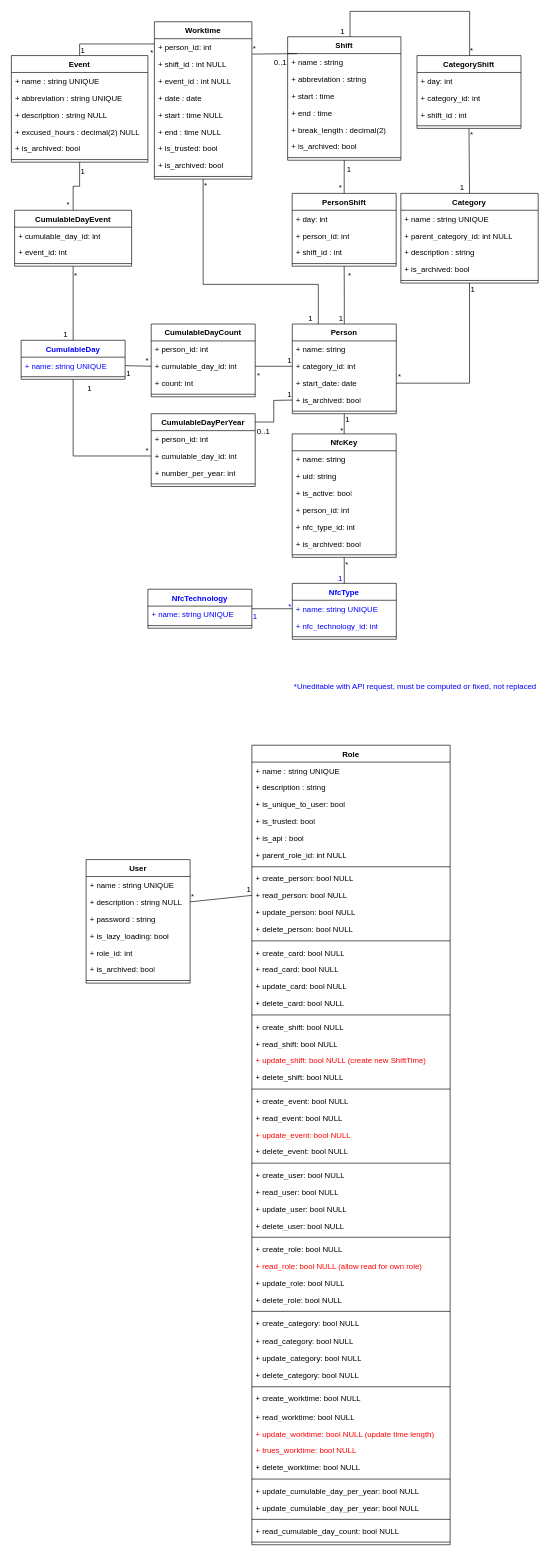
This is TimeManagerMLD.drawio from FrShao/TimeManager, a draw.io file, before an edit. Source tidied: cells renumbered, new cells numbered last; positions are measured from the earlier drawing's top-left corner, leaving out a move shared by most shapes. Both pictures are drawn from the tidied source at 65%, with x=0, y=0 at pixel (11, 11).
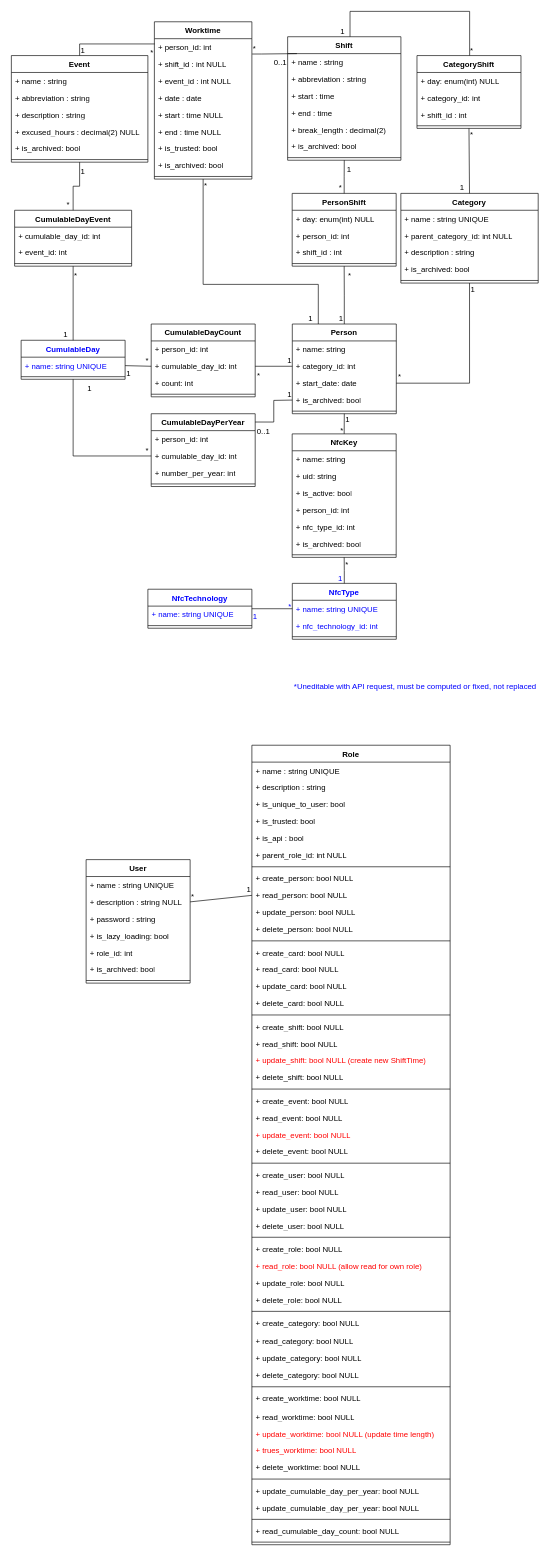
The same page after the edit.

Commit message:
Mettre à jour TimeManagerMLD.drawio

Unchanged cells that the change refers to:
```xml
<mxCell id="100" value="Event" style="swimlane;fontStyle=1;align=center;verticalAlign=top;horizontal=1;startSize=26;whiteSpace=wrap;html=1;" parent="1" vertex="1">
  <mxGeometry y="68" width="210" height="164" as="geometry" />
</mxCell>
<mxCell id="148" value="PersonShift" style="swimlane;fontStyle=1;align=center;verticalAlign=top;horizontal=1;startSize=26;whiteSpace=wrap;html=1;" parent="1" vertex="1">
  <mxGeometry x="432" y="280" width="160" height="112" as="geometry" />
</mxCell>
<mxCell id="153" value="CategoryShift" style="swimlane;fontStyle=1;align=center;verticalAlign=top;horizontal=1;startSize=26;whiteSpace=wrap;html=1;" parent="1" vertex="1">
  <mxGeometry x="624" y="68" width="160" height="112" as="geometry" />
</mxCell>
```

The edit, as a diff of the source:
```diff
@@
-    <mxCell id="101" value="+ name : string UNIQUE" style="text;strokeColor=none;fillColor=none;align=left;verticalAlign=top;spacingLeft=4;spacingRight=4;overflow=hidden;whiteSpace=wrap;html=1;" parent="100" vertex="1">
+    <mxCell id="101" value="+ name : string" style="text;strokeColor=none;fillColor=none;align=left;verticalAlign=top;spacingLeft=4;spacingRight=4;overflow=hidden;whiteSpace=wrap;html=1;" parent="100" vertex="1">
       <mxGeometry y="26" width="210" height="26" as="geometry" />
     </mxCell>
-    <mxCell id="102" value="+ abbreviation : string UNIQUE" style="text;strokeColor=none;fillColor=none;align=left;verticalAlign=top;spacingLeft=4;spacingRight=4;overflow=hidden;whiteSpace=wrap;html=1;" parent="100" vertex="1">
+    <mxCell id="102" value="+ abbreviation : string" style="text;strokeColor=none;fillColor=none;align=left;verticalAlign=top;spacingLeft=4;spacingRight=4;overflow=hidden;whiteSpace=wrap;html=1;" parent="100" vertex="1">
       <mxGeometry y="52" width="210" height="26" as="geometry" />
     </mxCell>
-    <mxCell id="103" value="+ description : string NULL" style="text;strokeColor=none;fillColor=none;align=left;verticalAlign=top;spacingLeft=4;spacingRight=4;overflow=hidden;whiteSpace=wrap;html=1;" parent="100" vertex="1">
+    <mxCell id="103" value="+ description : string" style="text;strokeColor=none;fillColor=none;align=left;verticalAlign=top;spacingLeft=4;spacingRight=4;overflow=hidden;whiteSpace=wrap;html=1;" parent="100" vertex="1">
       <mxGeometry y="78" width="210" height="26" as="geometry" />
     </mxCell>
@@
-    <mxCell id="149" value="+ day: int" style="text;strokeColor=none;fillColor=none;align=left;verticalAlign=top;spacingLeft=4;spacingRight=4;overflow=hidden;whiteSpace=wrap;html=1;" parent="148" vertex="1">
+    <mxCell id="149" value="+ day: enum(int) NULL" style="text;strokeColor=none;fillColor=none;align=left;verticalAlign=top;spacingLeft=4;spacingRight=4;overflow=hidden;whiteSpace=wrap;html=1;" parent="148" vertex="1">
       <mxGeometry y="26" width="160" height="26" as="geometry" />
     </mxCell>
@@
-    <mxCell id="154" value="+ day: int" style="text;strokeColor=none;fillColor=none;align=left;verticalAlign=top;spacingLeft=4;spacingRight=4;overflow=hidden;whiteSpace=wrap;html=1;" parent="153" vertex="1">
+    <mxCell id="154" value="+ day: enum(int) NULL" style="text;strokeColor=none;fillColor=none;align=left;verticalAlign=top;spacingLeft=4;spacingRight=4;overflow=hidden;whiteSpace=wrap;html=1;" parent="153" vertex="1">
       <mxGeometry y="26" width="160" height="26" as="geometry" />
     </mxCell>
```
